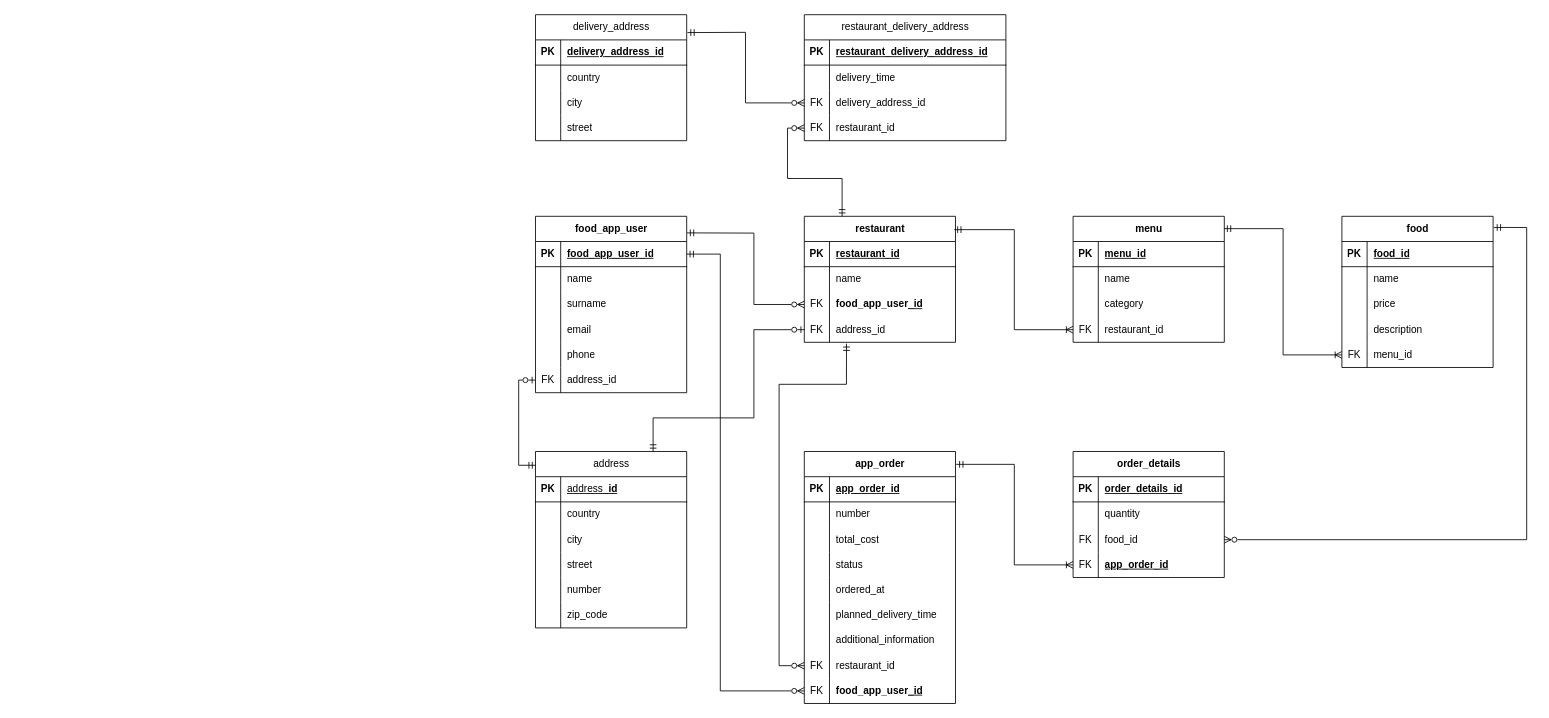
Above: src/main/resources/db_schema.drawio in Bartek030/foodApp (draw.io), before the change. Source tidied: cells renumbered, new cells numbered last; positions are measured from the earlier drawing's top-left corner, leaving out a move shared by most shapes. Both pictures are drawn from the tidied source at 84%, with x=0, y=0 at pixel (535, 14).
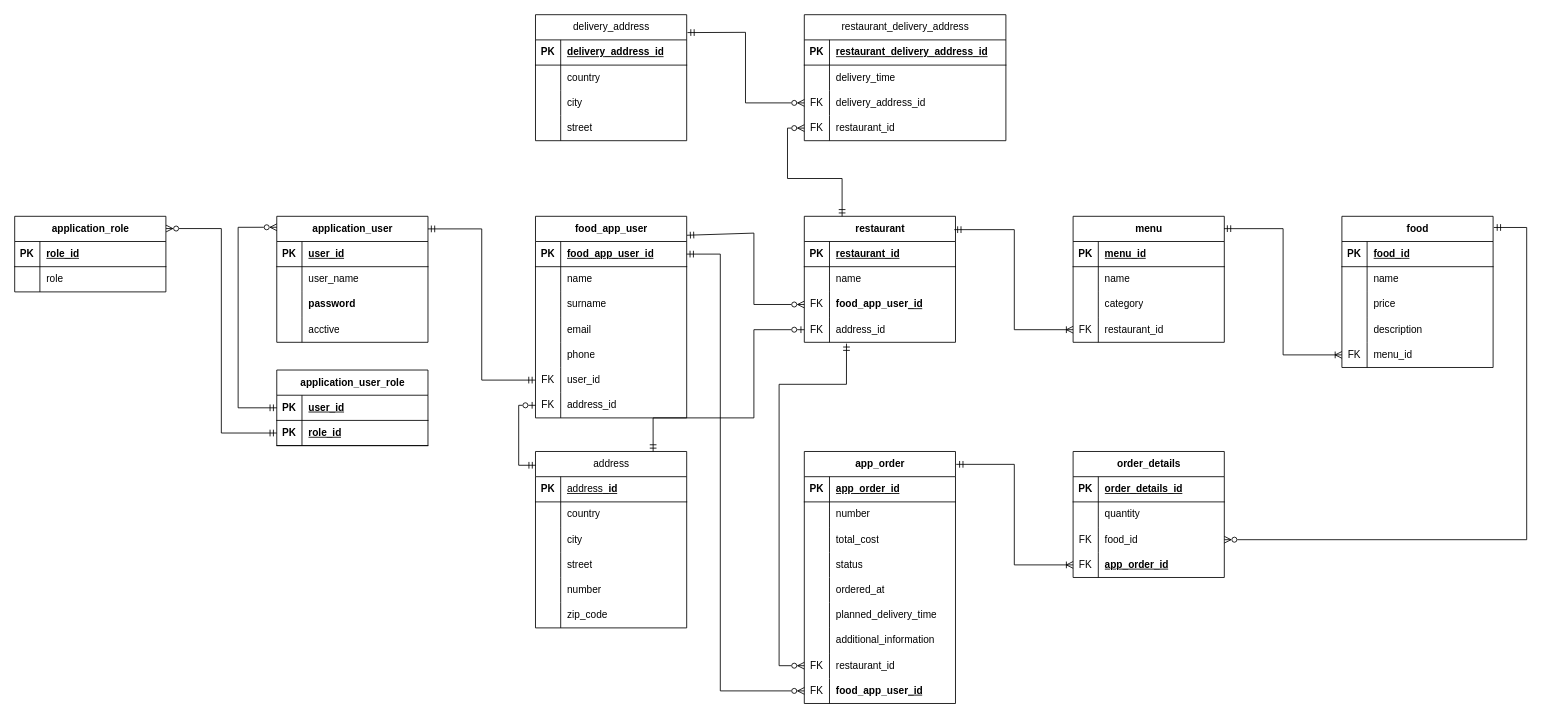
Above is the later version.

Unchanged cells that the change refers to:
```xml
<mxCell id="18" style="shape=tableRow;horizontal=0;startSize=0;swimlaneHead=0;swimlaneBody=0;fillColor=none;points=[[0,0.5],[1,0.5]];portConstraint=eastwest;top=0;left=0;right=0;bottom=0;" parent="2" vertex="1">
  <mxGeometry y="180" width="180" height="30" as="geometry" />
</mxCell>
<mxCell id="63" value="&lt;span style=&quot;font-weight: 400; text-align: left;&quot;&gt;address&lt;/span&gt;" style="shape=table;startSize=30;childLayout=tableLayout;rowLines=0;fontStyle=1;align=center;html=1;" parent="1" vertex="1">
  <mxGeometry y="520" width="180" height="210" as="geometry" />
</mxCell>
```

Change to the diagram source:
```diff
@@
     <mxCell id="2" value="food_app_user" style="shape=table;startSize=30;childLayout=tableLayout;rowLines=0;fontStyle=1;align=center;html=1;" parent="1" vertex="1">
-      <mxGeometry y="240" width="180" height="210" as="geometry" />
+      <mxGeometry y="240" width="180" height="240" as="geometry" />
     </mxCell>
@@
-    <mxCell id="20" value="address_id" style="shape=partialRectangle;fillColor=none;top=0;left=0;bottom=0;right=0;align=left;spacingLeft=6;overflow=hidden;whiteSpace=wrap;html=1;" parent="18" vertex="1">
+    <mxCell id="20" value="user_id" style="shape=partialRectangle;fillColor=none;top=0;left=0;bottom=0;right=0;align=left;spacingLeft=6;overflow=hidden;whiteSpace=wrap;html=1;" parent="18" vertex="1">
       <mxGeometry x="30" width="150" height="30" as="geometry" />
     </mxCell>
+    <mxCell id="160" style="shape=tableRow;horizontal=0;startSize=0;swimlaneHead=0;swimlaneBody=0;fillColor=none;points=[[0,0.5],[1,0.5]];portConstraint=eastwest;top=0;left=0;right=0;bottom=0;" parent="2" vertex="1">
+      <mxGeometry y="210" width="180" height="30" as="geometry" />
+    </mxCell>
+    <mxCell id="161" value="FK" style="shape=partialRectangle;fillColor=none;top=0;left=0;bottom=0;right=0;overflow=hidden;whiteSpace=wrap;html=1;" parent="160" vertex="1">
+      <mxGeometry width="30" height="30" as="geometry" />
+    </mxCell>
+    <mxCell id="162" value="address_id" style="shape=partialRectangle;fillColor=none;top=0;left=0;bottom=0;right=0;align=left;spacingLeft=6;overflow=hidden;whiteSpace=wrap;html=1;" parent="160" vertex="1">
+      <mxGeometry x="30" width="150" height="30" as="geometry" />
+    </mxCell>
@@
-    <mxCell id="159" style="edgeStyle=orthogonalEdgeStyle;rounded=0;jettySize=auto;html=1;entryX=0.001;entryY=0.078;entryDx=0;entryDy=0;entryPerimeter=0;endArrow=ERmandOne;endFill=0;startArrow=ERzeroToOne;startFill=0;" parent="1" edge="1" source="18" target="63">
+    <mxCell id="159" style="edgeStyle=orthogonalEdgeStyle;rounded=0;jettySize=auto;html=1;entryX=0.001;entryY=0.078;entryDx=0;entryDy=0;entryPerimeter=0;endArrow=ERmandOne;endFill=0;startArrow=ERzeroToOne;startFill=0;exitX=0;exitY=0.5;exitDx=0;exitDy=0;" parent="1" edge="1" source="160" target="63">
       <mxGeometry relative="1" as="geometry" />
     </mxCell>
+    <mxCell id="163" value="application_user" style="shape=table;startSize=30;childLayout=tableLayout;rowLines=0;fontStyle=1;align=center;html=1;" parent="1" vertex="1">
+      <mxGeometry x="-308" y="240" width="180" height="150" as="geometry" />
+    </mxCell>
+    <mxCell id="164" style="shape=tableRow;horizontal=0;startSize=0;swimlaneHead=0;swimlaneBody=0;fillColor=none;top=0;left=0;right=0;bottom=1;" parent="163" vertex="1">
+      <mxGeometry y="30" width="180" height="30" as="geometry" />
+    </mxCell>
+    <mxCell id="165" value="PK" style="shape=partialRectangle;fillColor=none;top=0;left=0;bottom=0;right=0;fontStyle=1;overflow=hidden;whiteSpace=wrap;html=1;" parent="164" vertex="1">
+      <mxGeometry width="30" height="30" as="geometry" />
+    </mxCell>
+    <mxCell id="166" value="user_id" style="shape=partialRectangle;fillColor=none;top=0;left=0;bottom=0;right=0;align=left;spacingLeft=6;fontStyle=5;overflow=hidden;whiteSpace=wrap;html=1;" parent="164" vertex="1">
+      <mxGeometry x="30" width="150" height="30" as="geometry" />
+    </mxCell>
+    <mxCell id="167" style="shape=tableRow;horizontal=0;startSize=0;swimlaneHead=0;swimlaneBody=0;fillColor=none;top=0;left=0;right=0;bottom=0;" parent="163" vertex="1">
+      <mxGeometry y="60" width="180" height="30" as="geometry" />
+    </mxCell>
+    <mxCell id="168" style="shape=partialRectangle;fillColor=none;top=0;left=0;bottom=0;right=0;overflow=hidden;whiteSpace=wrap;html=1;" parent="167" vertex="1">
+      <mxGeometry width="30" height="30" as="geometry" />
+    </mxCell>
+    <mxCell id="169" value="user_name" style="shape=partialRectangle;fillColor=none;top=0;left=0;bottom=0;right=0;align=left;spacingLeft=6;overflow=hidden;whiteSpace=wrap;html=1;" parent="167" vertex="1">
+      <mxGeometry x="30" width="150" height="30" as="geometry" />
+    </mxCell>
+    <mxCell id="170" style="shape=tableRow;horizontal=0;startSize=0;swimlaneHead=0;swimlaneBody=0;fillColor=none;top=0;left=0;right=0;bottom=0;" parent="163" vertex="1">
+      <mxGeometry y="90" width="180" height="30" as="geometry" />
+    </mxCell>
+    <mxCell id="171" style="shape=partialRectangle;fillColor=none;top=0;left=0;bottom=0;right=0;overflow=hidden;whiteSpace=wrap;html=1;" parent="170" vertex="1">
+      <mxGeometry width="30" height="30" as="geometry" />
+    </mxCell>
+    <mxCell id="172" value="&lt;div style=&quot;text-align: center;&quot;&gt;&lt;span style=&quot;background-color: initial;&quot;&gt;&lt;b&gt;password&lt;/b&gt;&lt;/span&gt;&lt;/div&gt;" style="shape=partialRectangle;fillColor=none;top=0;left=0;bottom=0;right=0;align=left;spacingLeft=6;overflow=hidden;whiteSpace=wrap;html=1;" parent="170" vertex="1">
+      <mxGeometry x="30" width="150" height="30" as="geometry" />
+    </mxCell>
+    <mxCell id="173" style="shape=tableRow;horizontal=0;startSize=0;swimlaneHead=0;swimlaneBody=0;fillColor=none;top=0;left=0;right=0;bottom=0;" parent="163" vertex="1">
+      <mxGeometry y="120" width="180" height="30" as="geometry" />
+    </mxCell>
+    <mxCell id="174" style="shape=partialRectangle;fillColor=none;top=0;left=0;bottom=0;right=0;overflow=hidden;whiteSpace=wrap;html=1;" parent="173" vertex="1">
+      <mxGeometry width="30" height="30" as="geometry" />
+    </mxCell>
+    <mxCell id="175" value="acctive" style="shape=partialRectangle;fillColor=none;top=0;left=0;bottom=0;right=0;align=left;spacingLeft=6;overflow=hidden;whiteSpace=wrap;html=1;" parent="173" vertex="1">
+      <mxGeometry x="30" width="150" height="30" as="geometry" />
+    </mxCell>
+    <mxCell id="176" value="application_role" style="shape=table;startSize=30;childLayout=tableLayout;rowLines=0;fontStyle=1;align=center;html=1;" parent="1" vertex="1">
+      <mxGeometry x="-620" y="240" width="180" height="90" as="geometry" />
+    </mxCell>
+    <mxCell id="177" style="shape=tableRow;horizontal=0;startSize=0;swimlaneHead=0;swimlaneBody=0;fillColor=none;top=0;left=0;right=0;bottom=1;" parent="176" vertex="1">
+      <mxGeometry y="30" width="180" height="30" as="geometry" />
+    </mxCell>
+    <mxCell id="178" value="PK" style="shape=partialRectangle;fillColor=none;top=0;left=0;bottom=0;right=0;fontStyle=1;overflow=hidden;whiteSpace=wrap;html=1;" parent="177" vertex="1">
+      <mxGeometry width="30" height="30" as="geometry" />
+    </mxCell>
+    <mxCell id="179" value="role_id" style="shape=partialRectangle;fillColor=none;top=0;left=0;bottom=0;right=0;align=left;spacingLeft=6;fontStyle=5;overflow=hidden;whiteSpace=wrap;html=1;" parent="177" vertex="1">
+      <mxGeometry x="30" width="150" height="30" as="geometry" />
+    </mxCell>
+    <mxCell id="180" style="shape=tableRow;horizontal=0;startSize=0;swimlaneHead=0;swimlaneBody=0;fillColor=none;top=0;left=0;right=0;bottom=0;" parent="176" vertex="1">
+      <mxGeometry y="60" width="180" height="30" as="geometry" />
+    </mxCell>
+    <mxCell id="181" style="shape=partialRectangle;fillColor=none;top=0;left=0;bottom=0;right=0;overflow=hidden;whiteSpace=wrap;html=1;" parent="180" vertex="1">
+      <mxGeometry width="30" height="30" as="geometry" />
+    </mxCell>
+    <mxCell id="182" value="role" style="shape=partialRectangle;fillColor=none;top=0;left=0;bottom=0;right=0;align=left;spacingLeft=6;overflow=hidden;whiteSpace=wrap;html=1;" parent="180" vertex="1">
+      <mxGeometry x="30" width="150" height="30" as="geometry" />
+    </mxCell>
+    <mxCell id="183" value="application_user_role" style="shape=table;startSize=30;childLayout=tableLayout;rowLines=0;fontStyle=1;align=center;html=1;" parent="1" vertex="1">
+      <mxGeometry x="-308" y="423" width="180" height="90" as="geometry" />
+    </mxCell>
+    <mxCell id="184" style="shape=tableRow;horizontal=0;startSize=0;swimlaneHead=0;swimlaneBody=0;fillColor=none;points=[[0,0.5],[1,0.5]];portConstraint=eastwest;top=0;left=0;right=0;bottom=1;" parent="183" vertex="1">
+      <mxGeometry y="30" width="180" height="30" as="geometry" />
+    </mxCell>
+    <mxCell id="185" value="PK" style="shape=partialRectangle;fillColor=none;top=0;left=0;bottom=0;right=0;fontStyle=1;overflow=hidden;whiteSpace=wrap;html=1;" parent="184" vertex="1">
+      <mxGeometry width="30" height="30" as="geometry" />
+    </mxCell>
+    <mxCell id="186" value="user_id" style="shape=partialRectangle;fillColor=none;top=0;left=0;bottom=0;right=0;align=left;spacingLeft=6;fontStyle=5;overflow=hidden;whiteSpace=wrap;html=1;" parent="184" vertex="1">
+      <mxGeometry x="30" width="150" height="30" as="geometry" />
+    </mxCell>
+    <mxCell id="187" style="shape=tableRow;horizontal=0;startSize=0;swimlaneHead=0;swimlaneBody=0;fillColor=none;points=[[0,0.5],[1,0.5]];portConstraint=eastwest;top=0;left=0;right=0;bottom=1;" parent="183" vertex="1">
+      <mxGeometry y="60" width="180" height="30" as="geometry" />
+    </mxCell>
+    <mxCell id="188" value="PK" style="shape=partialRectangle;fillColor=none;top=0;left=0;bottom=0;right=0;fontStyle=1;overflow=hidden;whiteSpace=wrap;html=1;" parent="187" vertex="1">
+      <mxGeometry width="30" height="30" as="geometry" />
+    </mxCell>
+    <mxCell id="189" value="role_id" style="shape=partialRectangle;fillColor=none;top=0;left=0;bottom=0;right=0;align=left;spacingLeft=6;fontStyle=5;overflow=hidden;whiteSpace=wrap;html=1;" parent="187" vertex="1">
+      <mxGeometry x="30" width="150" height="30" as="geometry" />
+    </mxCell>
+    <mxCell id="190" style="edgeStyle=orthogonalEdgeStyle;rounded=0;jettySize=auto;html=1;entryX=1;entryY=0.1;entryDx=0;entryDy=0;entryPerimeter=0;endArrow=ERmandOne;endFill=0;startArrow=ERmandOne;startFill=0;" parent="1" edge="1" source="18" target="163">
+      <mxGeometry relative="1" as="geometry" />
+    </mxCell>
+    <mxCell id="191" style="edgeStyle=orthogonalEdgeStyle;rounded=0;jettySize=auto;html=1;startArrow=ERmandOne;startFill=0;endArrow=ERzeroToMany;endFill=0;entryX=0;entryY=0.087;entryDx=0;entryDy=0;entryPerimeter=0;exitX=0;exitY=0.5;exitDx=0;exitDy=0;" parent="1" edge="1" source="184" target="163">
+      <mxGeometry relative="1" as="geometry">
+        <Array as="points">
+          <mxPoint x="-354" y="468" />
+          <mxPoint x="-354" y="253" />
+        </Array>
+      </mxGeometry>
+    </mxCell>
+    <mxCell id="192" style="edgeStyle=orthogonalEdgeStyle;rounded=0;jettySize=auto;html=1;entryX=1.001;entryY=0.162;entryDx=0;entryDy=0;entryPerimeter=0;startArrow=ERmandOne;startFill=0;endArrow=ERzeroToMany;endFill=0;" parent="1" edge="1" source="187" target="176">
+      <mxGeometry relative="1" as="geometry" />
+    </mxCell>
```
